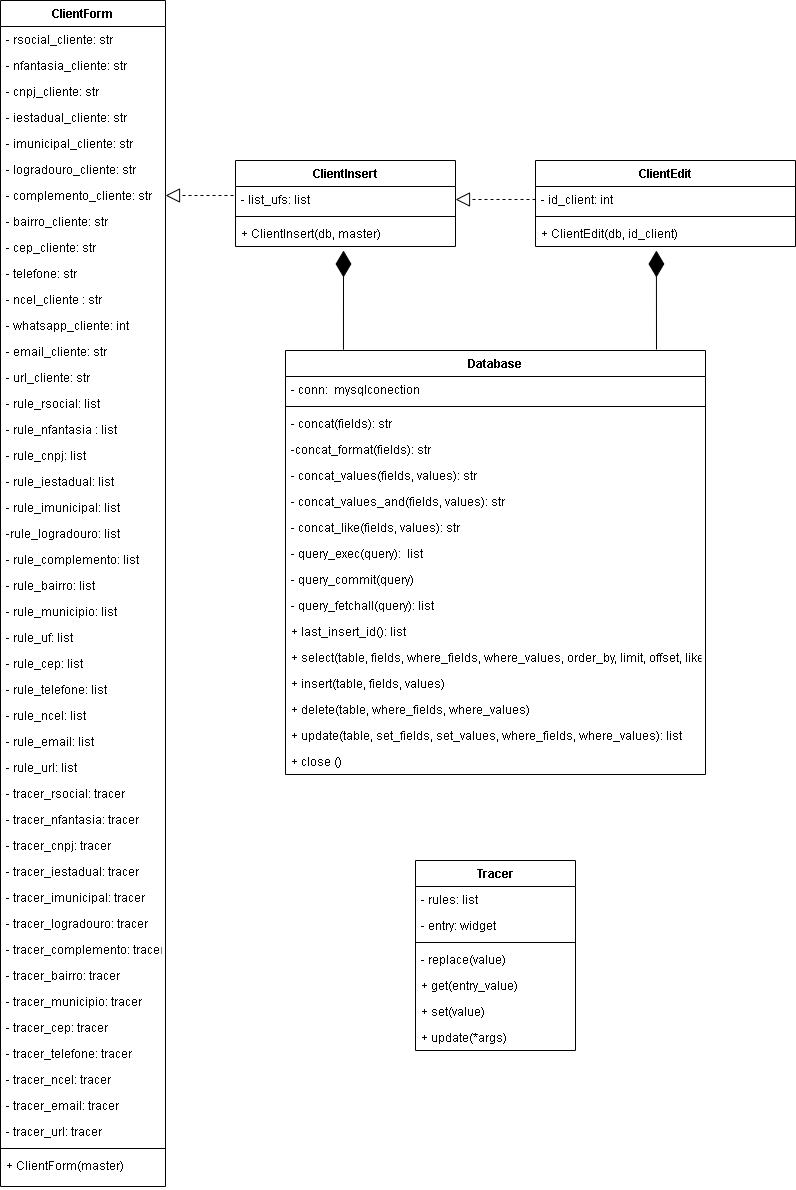
Earlier version of the draw.io export doc/Diagrama de Classes.png (BritoWendel/ICS). Source tidied: cells renumbered, new cells last; positions are measured from the earlier drawing's top-left corner, leaving out a move shared by most shapes.
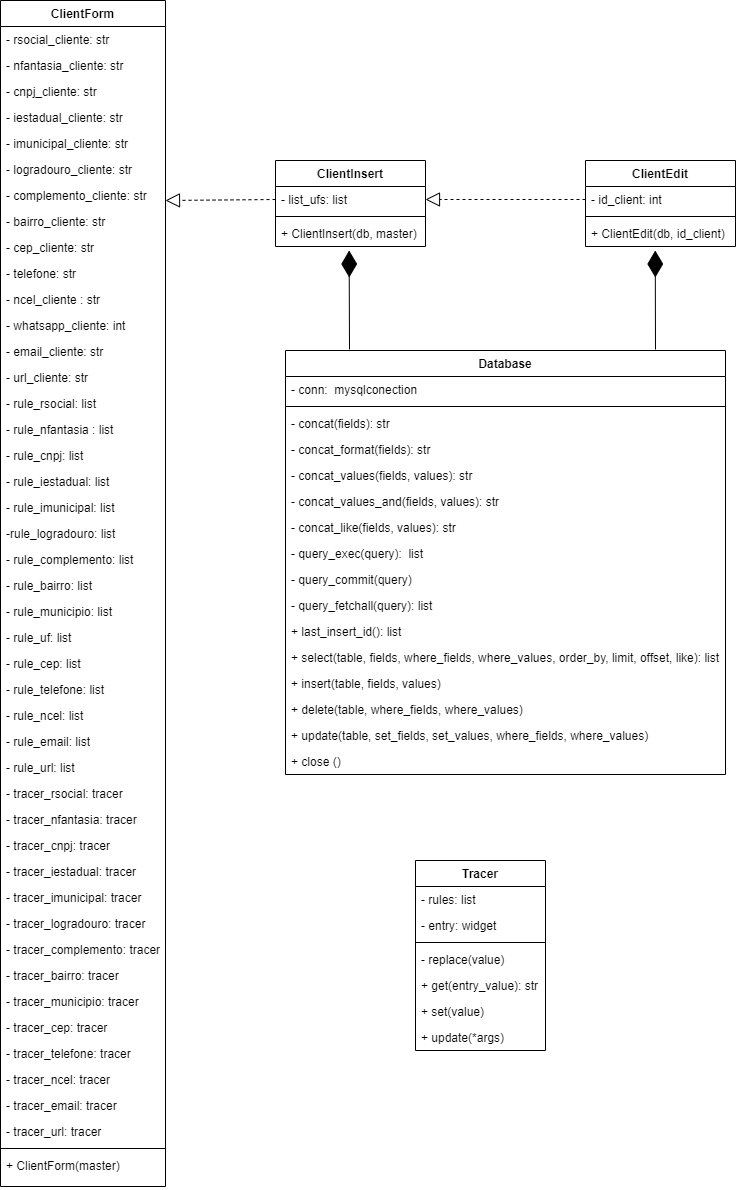
After the change.

Commit message:
Corrigido erros no diagrama de classes

What changed in the source:
```diff
@@ -140,121 +140,122 @@
     <mxCell id="47" value="+ ClientForm(master)" style="text;strokeColor=none;fillColor=none;align=left;verticalAlign=top;spacingLeft=4;spacingRight=4;overflow=hidden;" parent="2" vertex="1">
       <mxGeometry y="1152" width="165" height="34" as="geometry" />
     </mxCell>
-    <mxCell id="48" style="endArrow=block;dashed=1;endFill=0;endSize=12;html=1;" parent="1" edge="1">
+    <mxCell id="48" style="endArrow=block;dashed=1;endFill=0;endSize=12;html=1;exitX=0;exitY=0.5;exitDx=0;exitDy=0;" parent="1" edge="1" source="68">
       <mxGeometry relative="1" as="geometry">
-        <mxPoint x="233" y="195" as="sourcePoint" />
-        <mxPoint x="165" y="195" as="targetPoint" />
+        <mxPoint x="165" y="200" as="targetPoint" />
       </mxGeometry>
     </mxCell>
     <mxCell id="49" style="endArrow=block;dashed=1;endFill=0;endSize=12;html=1;exitX=0;exitY=0.5;exitDx=0;exitDy=0;entryX=1;entryY=0.5;entryDx=0;entryDy=0;" parent="1" edge="1" source="72" target="68">
       <mxGeometry relative="1" as="geometry" />
     </mxCell>
     <mxCell id="50" value="Database" style="swimlane;fontStyle=1;align=center;verticalAlign=top;horizontal=1;startSize=26;" parent="1" vertex="1">
-      <mxGeometry x="285" y="350" width="420" height="424" as="geometry" />
+      <mxGeometry x="285" y="350" width="440" height="424" as="geometry" />
     </mxCell>
     <mxCell id="51" value="- conn:  mysqlconection" style="text;strokeColor=none;fillColor=none;align=left;verticalAlign=top;spacingLeft=4;spacingRight=4;overflow=hidden;" parent="50" vertex="1">
-      <mxGeometry y="26" width="420" height="26" as="geometry" />
+      <mxGeometry y="26" width="440" height="26" as="geometry" />
     </mxCell>
     <mxCell id="52" style="line;strokeWidth=1;fillColor=none;align=left;verticalAlign=middle;spacingTop=-1;spacingLeft=3;spacingRight=3;labelPosition=right;" parent="50" vertex="1">
-      <mxGeometry y="52" width="420" height="8" as="geometry" />
+      <mxGeometry y="52" width="440" height="8" as="geometry" />
     </mxCell>
     <mxCell id="53" value="- concat(fields): str" style="text;strokeColor=none;fillColor=none;align=left;verticalAlign=top;spacingLeft=4;spacingRight=4;overflow=hidden;" parent="50" vertex="1">
-      <mxGeometry y="60" width="420" height="26" as="geometry" />
+      <mxGeometry y="60" width="440" height="26" as="geometry" />
     </mxCell>
-    <mxCell id="54" value="-concat_format(fields): str" style="text;strokeColor=none;fillColor=none;align=left;verticalAlign=top;spacingLeft=4;spacingRight=4;overflow=hidden;" parent="50" vertex="1">
-      <mxGeometry y="86" width="420" height="26" as="geometry" />
+    <mxCell id="54" value="- concat_format(fields): str" style="text;strokeColor=none;fillColor=none;align=left;verticalAlign=top;spacingLeft=4;spacingRight=4;overflow=hidden;" parent="50" vertex="1">
+      <mxGeometry y="86" width="440" height="26" as="geometry" />
     </mxCell>
     <mxCell id="55" value="- concat_values(fields, values): str" style="text;strokeColor=none;fillColor=none;align=left;verticalAlign=top;spacingLeft=4;spacingRight=4;overflow=hidden;" parent="50" vertex="1">
-      <mxGeometry y="112" width="420" height="26" as="geometry" />
+      <mxGeometry y="112" width="440" height="26" as="geometry" />
     </mxCell>
     <mxCell id="56" value="- concat_values_and(fields, values): str" style="text;strokeColor=none;fillColor=none;align=left;verticalAlign=top;spacingLeft=4;spacingRight=4;overflow=hidden;" parent="50" vertex="1">
-      <mxGeometry y="138" width="420" height="26" as="geometry" />
+      <mxGeometry y="138" width="440" height="26" as="geometry" />
     </mxCell>
     <mxCell id="57" value="- concat_like(fields, values): str" style="text;strokeColor=none;fillColor=none;align=left;verticalAlign=top;spacingLeft=4;spacingRight=4;overflow=hidden;" parent="50" vertex="1">
-      <mxGeometry y="164" width="420" height="26" as="geometry" />
+      <mxGeometry y="164" width="440" height="26" as="geometry" />
     </mxCell>
     <mxCell id="58" value="- query_exec(query):  list" style="text;strokeColor=none;fillColor=none;align=left;verticalAlign=top;spacingLeft=4;spacingRight=4;overflow=hidden;" parent="50" vertex="1">
-      <mxGeometry y="190" width="420" height="26" as="geometry" />
+      <mxGeometry y="190" width="440" height="26" as="geometry" />
     </mxCell>
     <mxCell id="59" value="- query_commit(query)" style="text;strokeColor=none;fillColor=none;align=left;verticalAlign=top;spacingLeft=4;spacingRight=4;overflow=hidden;" parent="50" vertex="1">
-      <mxGeometry y="216" width="420" height="26" as="geometry" />
+      <mxGeometry y="216" width="440" height="26" as="geometry" />
     </mxCell>
     <mxCell id="60" value="- query_fetchall(query): list" style="text;strokeColor=none;fillColor=none;align=left;verticalAlign=top;spacingLeft=4;spacingRight=4;overflow=hidden;" parent="50" vertex="1">
-      <mxGeometry y="242" width="420" height="26" as="geometry" />
+      <mxGeometry y="242" width="440" height="26" as="geometry" />
     </mxCell>
     <mxCell id="61" value="+ last_insert_id(): list" style="text;strokeColor=none;fillColor=none;align=left;verticalAlign=top;spacingLeft=4;spacingRight=4;overflow=hidden;" parent="50" vertex="1">
-      <mxGeometry y="268" width="420" height="26" as="geometry" />
+      <mxGeometry y="268" width="440" height="26" as="geometry" />
     </mxCell>
     <mxCell id="62" value="+ select(table, fields, where_fields, where_values, order_by, limit, offset, like): list" style="text;strokeColor=none;fillColor=none;align=left;verticalAlign=top;spacingLeft=4;spacingRight=4;overflow=hidden;" parent="50" vertex="1">
-      <mxGeometry y="294" width="420" height="26" as="geometry" />
+      <mxGeometry y="294" width="440" height="26" as="geometry" />
     </mxCell>
     <mxCell id="63" value="+ insert(table, fields, values)" style="text;strokeColor=none;fillColor=none;align=left;verticalAlign=top;spacingLeft=4;spacingRight=4;overflow=hidden;" parent="50" vertex="1">
-      <mxGeometry y="320" width="420" height="26" as="geometry" />
+      <mxGeometry y="320" width="440" height="26" as="geometry" />
     </mxCell>
     <mxCell id="64" value="+ delete(table, where_fields, where_values)" style="text;strokeColor=none;fillColor=none;align=left;verticalAlign=top;spacingLeft=4;spacingRight=4;overflow=hidden;" parent="50" vertex="1">
-      <mxGeometry y="346" width="420" height="26" as="geometry" />
+      <mxGeometry y="346" width="440" height="26" as="geometry" />
     </mxCell>
-    <mxCell id="65" value="+ update(table, set_fields, set_values, where_fields, where_values): list" style="text;strokeColor=none;fillColor=none;align=left;verticalAlign=top;spacingLeft=4;spacingRight=4;overflow=hidden;" parent="50" vertex="1">
-      <mxGeometry y="372" width="420" height="26" as="geometry" />
+    <mxCell id="65" value="+ update(table, set_fields, set_values, where_fields, where_values)" style="text;strokeColor=none;fillColor=none;align=left;verticalAlign=top;spacingLeft=4;spacingRight=4;overflow=hidden;" parent="50" vertex="1">
+      <mxGeometry y="372" width="440" height="26" as="geometry" />
     </mxCell>
     <mxCell id="66" value="+ close ()" style="text;strokeColor=none;fillColor=none;align=left;verticalAlign=top;spacingLeft=4;spacingRight=4;overflow=hidden;" parent="50" vertex="1">
-      <mxGeometry y="398" width="420" height="26" as="geometry" />
+      <mxGeometry y="398" width="440" height="26" as="geometry" />
     </mxCell>
     <mxCell id="67" value="ClientInsert" style="swimlane;fontStyle=1;align=center;verticalAlign=top;horizontal=1;startSize=26;" parent="1" vertex="1">
-      <mxGeometry x="235" y="160" width="220" height="86" as="geometry" />
+      <mxGeometry x="275" y="160" width="150" height="86" as="geometry" />
     </mxCell>
     <mxCell id="68" value="- list_ufs: list" style="text;strokeColor=none;fillColor=none;align=left;verticalAlign=top;spacingLeft=4;spacingRight=4;overflow=hidden;points=[[0,0.5],[1,0.5]];portConstraint=eastwest;" parent="67" vertex="1">
-      <mxGeometry y="26" width="220" height="26" as="geometry" />
+      <mxGeometry y="26" width="150" height="26" as="geometry" />
     </mxCell>
     <mxCell id="69" style="line;strokeWidth=1;fillColor=none;align=left;verticalAlign=middle;spacingTop=-1;spacingLeft=3;spacingRight=3;labelPosition=right;" parent="67" vertex="1">
-      <mxGeometry y="52" width="220" height="8" as="geometry" />
+      <mxGeometry y="52" width="150" height="8" as="geometry" />
     </mxCell>
     <mxCell id="70" value="+ ClientInsert(db, master)" style="text;strokeColor=none;fillColor=none;align=left;verticalAlign=top;spacingLeft=4;spacingRight=4;overflow=hidden;points=[[0,0.5],[1,0.5]];portConstraint=eastwest;" parent="67" vertex="1">
-      <mxGeometry y="60" width="220" height="26" as="geometry" />
+      <mxGeometry y="60" width="150" height="26" as="geometry" />
     </mxCell>
     <mxCell id="71" value="ClientEdit" style="swimlane;fontStyle=1;align=center;verticalAlign=top;horizontal=1;startSize=26;" parent="1" vertex="1">
-      <mxGeometry x="535" y="160" width="260" height="86" as="geometry" />
+      <mxGeometry x="585" y="160" width="150" height="86" as="geometry" />
     </mxCell>
     <mxCell id="72" value="- id_client: int" style="text;strokeColor=none;fillColor=none;align=left;verticalAlign=top;spacingLeft=4;spacingRight=4;overflow=hidden;points=[[0,0.5],[1,0.5]];portConstraint=eastwest;" parent="71" vertex="1">
-      <mxGeometry y="26" width="260" height="26" as="geometry" />
+      <mxGeometry y="26" width="150" height="26" as="geometry" />
     </mxCell>
     <mxCell id="73" style="line;strokeWidth=1;fillColor=none;align=left;verticalAlign=middle;spacingTop=-1;spacingLeft=3;spacingRight=3;labelPosition=right;" parent="71" vertex="1">
-      <mxGeometry y="52" width="260" height="8" as="geometry" />
+      <mxGeometry y="52" width="150" height="8" as="geometry" />
     </mxCell>
     <mxCell id="74" value="+ ClientEdit(db, id_client)" style="text;strokeColor=none;fillColor=none;align=left;verticalAlign=top;spacingLeft=4;spacingRight=4;overflow=hidden;points=[[0,0.5],[1,0.5]];portConstraint=eastwest;" parent="71" vertex="1">
-      <mxGeometry y="60" width="260" height="26" as="geometry" />
+      <mxGeometry y="60" width="150" height="26" as="geometry" />
     </mxCell>
-    <mxCell id="75" style="endArrow=diamondThin;endFill=1;endSize=24;html=1;entryX=0.491;entryY=1.154;entryDx=0;entryDy=0;entryPerimeter=0;exitX=0.138;exitY=-0.002;exitDx=0;exitDy=0;exitPerimeter=0;" parent="1" edge="1" source="50" target="70">
-      <mxGeometry relative="1" as="geometry" />
+    <mxCell id="75" style="endArrow=diamondThin;endFill=1;endSize=24;html=1;entryX=0.491;entryY=1.154;entryDx=0;entryDy=0;entryPerimeter=0;" parent="1" edge="1" target="70">
+      <mxGeometry relative="1" as="geometry">
+        <mxPoint x="349" y="349" as="sourcePoint" />
+      </mxGeometry>
     </mxCell>
     <mxCell id="76" style="endArrow=diamondThin;endFill=1;endSize=24;html=1;entryX=0.465;entryY=1.154;entryDx=0;entryDy=0;entryPerimeter=0;" parent="1" edge="1" target="74">
       <mxGeometry relative="1" as="geometry">
-        <mxPoint x="656" y="349" as="sourcePoint" />
+        <mxPoint x="655" y="349" as="sourcePoint" />
       </mxGeometry>
     </mxCell>
     <mxCell id="77" value="Tracer" style="swimlane;fontStyle=1;align=center;verticalAlign=top;horizontal=1;startSize=26;" parent="1" vertex="1">
-      <mxGeometry x="415" y="860" width="160" height="190" as="geometry" />
+      <mxGeometry x="415" y="860" width="130" height="190" as="geometry" />
     </mxCell>
     <mxCell id="78" value="- rules: list" style="text;strokeColor=none;fillColor=none;align=left;verticalAlign=top;spacingLeft=4;spacingRight=4;overflow=hidden;" parent="77" vertex="1">
-      <mxGeometry y="26" width="160" height="26" as="geometry" />
+      <mxGeometry y="26" width="130" height="26" as="geometry" />
     </mxCell>
     <mxCell id="79" value="- entry: widget" style="text;strokeColor=none;fillColor=none;align=left;verticalAlign=top;spacingLeft=4;spacingRight=4;overflow=hidden;" parent="77" vertex="1">
-      <mxGeometry y="52" width="160" height="26" as="geometry" />
+      <mxGeometry y="52" width="130" height="26" as="geometry" />
     </mxCell>
     <mxCell id="80" style="line;strokeWidth=1;fillColor=none;align=left;verticalAlign=middle;spacingTop=-1;spacingLeft=3;spacingRight=3;labelPosition=right;" parent="77" vertex="1">
-      <mxGeometry y="78" width="160" height="8" as="geometry" />
+      <mxGeometry y="78" width="130" height="8" as="geometry" />
     </mxCell>
     <mxCell id="81" value="- replace(value)" style="text;strokeColor=none;fillColor=none;align=left;verticalAlign=top;spacingLeft=4;spacingRight=4;overflow=hidden;" parent="77" vertex="1">
-      <mxGeometry y="86" width="160" height="26" as="geometry" />
+      <mxGeometry y="86" width="130" height="26" as="geometry" />
     </mxCell>
-    <mxCell id="82" value="+ get(entry_value)" style="text;strokeColor=none;fillColor=none;align=left;verticalAlign=top;spacingLeft=4;spacingRight=4;overflow=hidden;" parent="77" vertex="1">
-      <mxGeometry y="112" width="160" height="26" as="geometry" />
+    <mxCell id="82" value="+ get(entry_value): str" style="text;strokeColor=none;fillColor=none;align=left;verticalAlign=top;spacingLeft=4;spacingRight=4;overflow=hidden;" parent="77" vertex="1">
+      <mxGeometry y="112" width="130" height="26" as="geometry" />
     </mxCell>
     <mxCell id="83" value="+ set(value)" style="text;strokeColor=none;fillColor=none;align=left;verticalAlign=top;spacingLeft=4;spacingRight=4;overflow=hidden;" parent="77" vertex="1">
-      <mxGeometry y="138" width="160" height="26" as="geometry" />
+      <mxGeometry y="138" width="130" height="26" as="geometry" />
     </mxCell>
     <mxCell id="84" value="+ update(*args)" style="text;strokeColor=none;fillColor=none;align=left;verticalAlign=top;spacingLeft=4;spacingRight=4;overflow=hidden;" parent="77" vertex="1">
-      <mxGeometry y="164" width="160" height="26" as="geometry" />
+      <mxGeometry y="164" width="130" height="26" as="geometry" />
     </mxCell>
   </root>
 </mxGraphModel>
```
